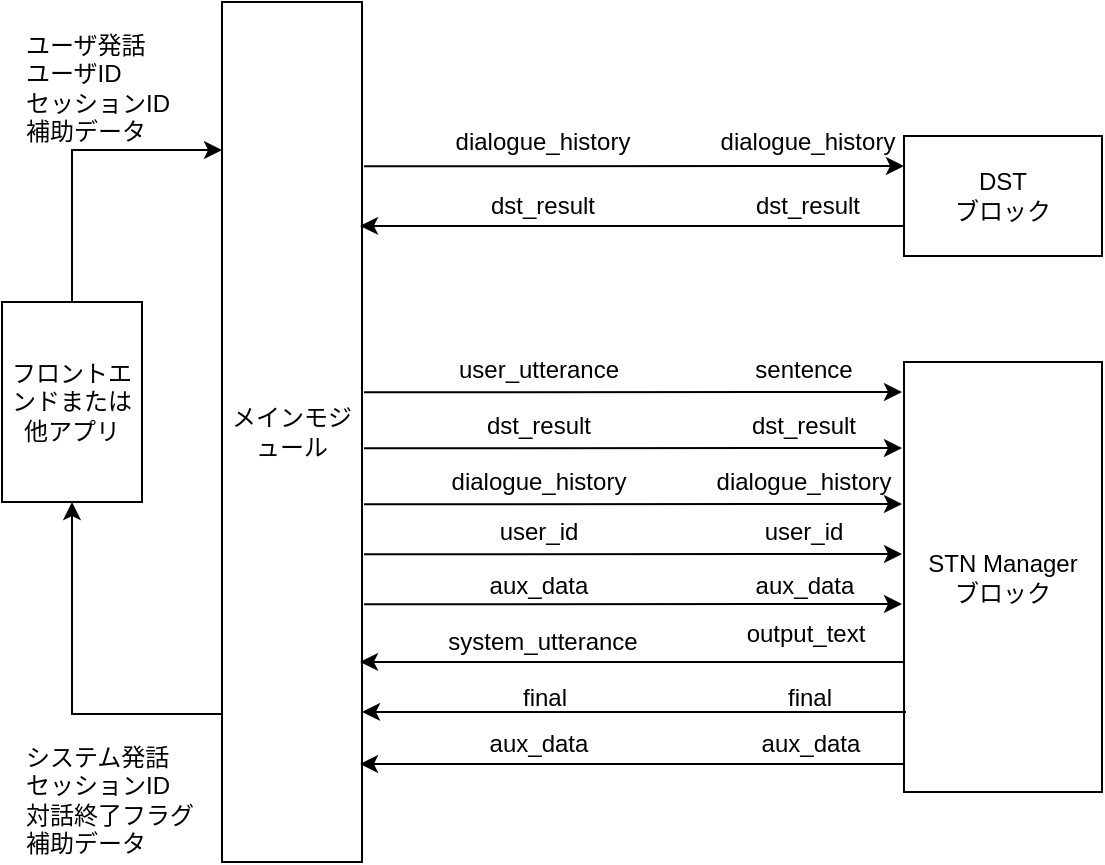
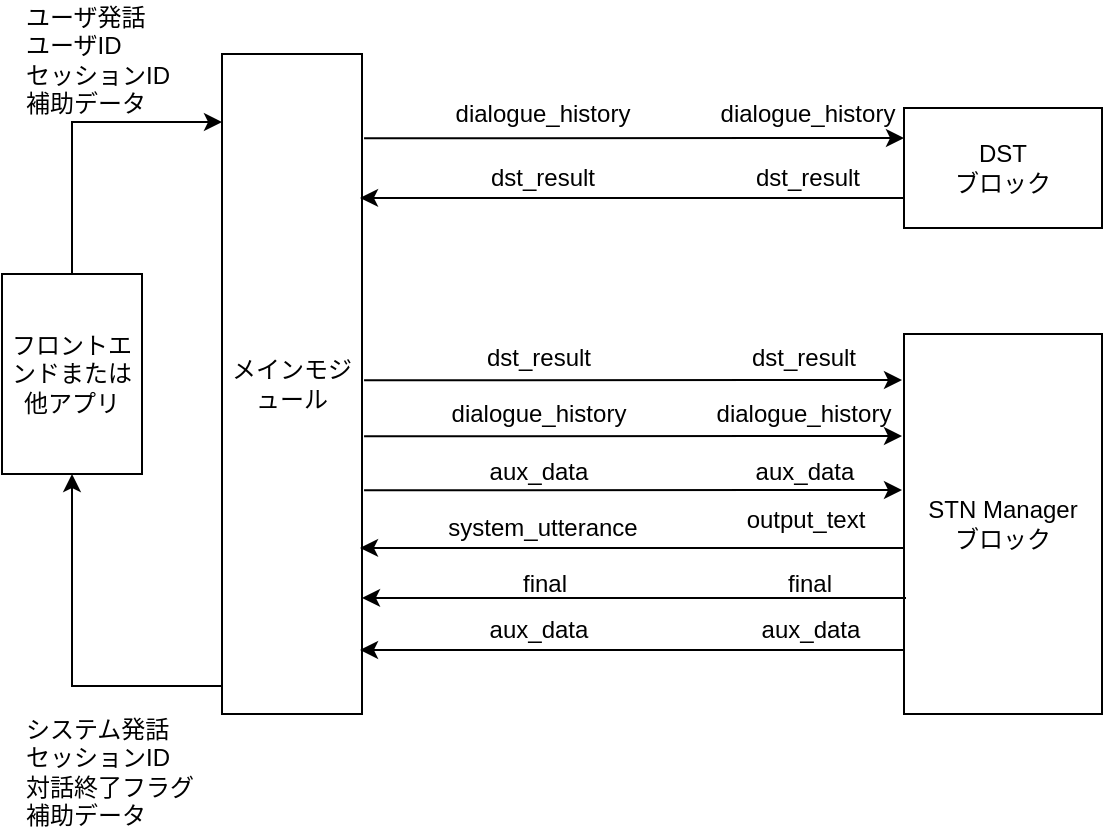
<mxfile host="Electron" agent="Mozilla/5.0 (Windows NT 10.0; Win64; x64) AppleWebKit/537.36 (KHTML, like Gecko) draw.io/26.1.1 Chrome/132.0.6834.210 Electron/34.3.3 Safari/537.36" version="26.1.1">
  <diagram id="0jzvoz7xoONC1ta8vLtH" name="ページ1">
    <mxGraphModel dx="1293" dy="762" grid="1" gridSize="10" guides="1" tooltips="1" connect="1" arrows="1" fold="1" page="1" pageScale="1" pageWidth="827" pageHeight="1169" math="0" shadow="0">
      <root>
        <mxCell id="0" />
        <mxCell id="1" parent="0" />
        <mxCell id="6nG_dfres4fqL1OyFaTb-1" value="メインモジュール" style="rounded=0;whiteSpace=wrap;html=1;" parent="1" vertex="1">
-           <mxGeometry x="250" y="190" width="70" height="430" as="geometry" />
+           <mxGeometry x="250" y="230" width="70" height="330" as="geometry" />
        </mxCell>
        <mxCell id="6nG_dfres4fqL1OyFaTb-3" value="&lt;div&gt;DST&lt;br&gt;ブロック&lt;/div&gt;" style="rounded=0;whiteSpace=wrap;html=1;" parent="1" vertex="1">
          <mxGeometry x="591" y="257" width="99" height="60" as="geometry" />
        </mxCell>
        <mxCell id="6nG_dfres4fqL1OyFaTb-4" value="STN Manager&lt;br&gt;ブロック" style="rounded=0;whiteSpace=wrap;html=1;" parent="1" vertex="1">
-           <mxGeometry x="591" y="370" width="99" height="215" as="geometry" />
+           <mxGeometry x="591" y="370" width="99" height="190" as="geometry" />
        </mxCell>
        <mxCell id="6nG_dfres4fqL1OyFaTb-7" value="" style="endArrow=classic;html=1;rounded=0;exitX=1.029;exitY=0.178;exitDx=0;exitDy=0;exitPerimeter=0;entryX=0;entryY=0.25;entryDx=0;entryDy=0;" parent="1" target="6nG_dfres4fqL1OyFaTb-3" edge="1">
          <mxGeometry width="50" height="50" relative="1" as="geometry">
            <mxPoint x="321.03" y="272.17999999999995" as="sourcePoint" />
            <mxPoint x="449" y="272" as="targetPoint" />
          </mxGeometry>
        </mxCell>
        <mxCell id="6nG_dfres4fqL1OyFaTb-8" value="" style="endArrow=classic;html=1;rounded=0;exitX=0;exitY=0.75;exitDx=0;exitDy=0;entryX=1;entryY=0.274;entryDx=0;entryDy=0;entryPerimeter=0;" parent="1" source="6nG_dfres4fqL1OyFaTb-3" edge="1">
          <mxGeometry width="50" height="50" relative="1" as="geometry">
            <mxPoint x="449" y="302" as="sourcePoint" />
            <mxPoint x="319" y="301.94000000000005" as="targetPoint" />
          </mxGeometry>
        </mxCell>
        <mxCell id="6nG_dfres4fqL1OyFaTb-9" value="" style="endArrow=classic;html=1;rounded=0;exitX=1.029;exitY=0.178;exitDx=0;exitDy=0;exitPerimeter=0;" parent="1" edge="1">
          <mxGeometry width="50" height="50" relative="1" as="geometry">
-             <mxPoint x="321.03" y="413.17999999999995" as="sourcePoint" />
-             <mxPoint x="590" y="413" as="targetPoint" />
+             <mxPoint x="321.03" y="393.17999999999995" as="sourcePoint" />
+             <mxPoint x="590" y="393" as="targetPoint" />
          </mxGeometry>
        </mxCell>
        <mxCell id="6nG_dfres4fqL1OyFaTb-11" value="" style="endArrow=classic;html=1;rounded=0;exitX=0.5;exitY=0;exitDx=0;exitDy=0;" parent="1" source="7yFsLuSHQwP80PSkCyWd-15" edge="1">
          <mxGeometry width="50" height="50" relative="1" as="geometry">
            <mxPoint x="170" y="207" as="sourcePoint" />
            <mxPoint x="250" y="264" as="targetPoint" />
            <Array as="points">
              <mxPoint x="175" y="264" />
            </Array>
          </mxGeometry>
        </mxCell>
        <mxCell id="6nG_dfres4fqL1OyFaTb-12" value="" style="endArrow=classic;html=1;rounded=0;exitX=0;exitY=0.75;exitDx=0;exitDy=0;entryX=0.5;entryY=1;entryDx=0;entryDy=0;" parent="1" target="7yFsLuSHQwP80PSkCyWd-15" edge="1">
          <mxGeometry width="50" height="50" relative="1" as="geometry">
            <mxPoint x="250" y="546" as="sourcePoint" />
            <mxPoint x="170" y="546" as="targetPoint" />
            <Array as="points">
              <mxPoint x="175" y="546" />
            </Array>
          </mxGeometry>
        </mxCell>
        <mxCell id="W3RRk2SyyBqXtN76rQBY-3" value="システム発話&lt;br&gt;セッションID&lt;br&gt;対話終了フラグ&lt;br&gt;補助データ" style="text;html=1;strokeColor=none;fillColor=none;align=left;verticalAlign=middle;whiteSpace=wrap;rounded=0;" parent="1" vertex="1">
          <mxGeometry x="150" y="576" width="100" height="25" as="geometry" />
        </mxCell>
        <mxCell id="iua9zefK4cCjFermVdLk-5" value="dialogue_history" style="text;html=1;strokeColor=none;fillColor=none;align=center;verticalAlign=middle;whiteSpace=wrap;rounded=0;" parent="1" vertex="1">
          <mxGeometry x="368" y="248" width="85" height="23" as="geometry" />
        </mxCell>
        <mxCell id="iua9zefK4cCjFermVdLk-6" value="dialogue_history" style="text;html=1;strokeColor=none;fillColor=none;align=center;verticalAlign=middle;whiteSpace=wrap;rounded=0;" parent="1" vertex="1">
          <mxGeometry x="513" y="244.5" width="60" height="30" as="geometry" />
        </mxCell>
        <mxCell id="iua9zefK4cCjFermVdLk-7" value="dst_result" style="text;html=1;strokeColor=none;fillColor=none;align=center;verticalAlign=middle;whiteSpace=wrap;rounded=0;" parent="1" vertex="1">
          <mxGeometry x="368" y="280" width="85" height="23" as="geometry" />
        </mxCell>
        <mxCell id="iua9zefK4cCjFermVdLk-8" value="dst_result" style="text;html=1;strokeColor=none;fillColor=none;align=center;verticalAlign=middle;whiteSpace=wrap;rounded=0;" parent="1" vertex="1">
          <mxGeometry x="513" y="276.5" width="60" height="30" as="geometry" />
        </mxCell>
        <mxCell id="iua9zefK4cCjFermVdLk-9" value="dst_result" style="text;html=1;strokeColor=none;fillColor=none;align=center;verticalAlign=middle;whiteSpace=wrap;rounded=0;" parent="1" vertex="1">
-           <mxGeometry x="366" y="390.5" width="85" height="23" as="geometry" />
+           <mxGeometry x="366" y="370.5" width="85" height="23" as="geometry" />
        </mxCell>
        <mxCell id="iua9zefK4cCjFermVdLk-10" value="dst_result" style="text;html=1;strokeColor=none;fillColor=none;align=center;verticalAlign=middle;whiteSpace=wrap;rounded=0;" parent="1" vertex="1">
-           <mxGeometry x="511" y="387" width="60" height="30" as="geometry" />
+           <mxGeometry x="511" y="367" width="60" height="30" as="geometry" />
        </mxCell>
        <mxCell id="iua9zefK4cCjFermVdLk-11" value="" style="endArrow=classic;html=1;rounded=0;exitX=1.029;exitY=0.178;exitDx=0;exitDy=0;exitPerimeter=0;" parent="1" edge="1">
          <mxGeometry width="50" height="50" relative="1" as="geometry">
-             <mxPoint x="321.03" y="441.17999999999984" as="sourcePoint" />
-             <mxPoint x="590" y="441.0000000000001" as="targetPoint" />
+             <mxPoint x="321.03" y="421.17999999999984" as="sourcePoint" />
+             <mxPoint x="590" y="421.0000000000001" as="targetPoint" />
          </mxGeometry>
        </mxCell>
        <mxCell id="iua9zefK4cCjFermVdLk-12" value="dialogue_history" style="text;html=1;strokeColor=none;fillColor=none;align=center;verticalAlign=middle;whiteSpace=wrap;rounded=0;" parent="1" vertex="1">
-           <mxGeometry x="366" y="418.5" width="85" height="23" as="geometry" />
+           <mxGeometry x="366" y="398.5" width="85" height="23" as="geometry" />
        </mxCell>
        <mxCell id="iua9zefK4cCjFermVdLk-13" value="dialogue_history" style="text;html=1;strokeColor=none;fillColor=none;align=center;verticalAlign=middle;whiteSpace=wrap;rounded=0;" parent="1" vertex="1">
-           <mxGeometry x="511" y="415" width="60" height="30" as="geometry" />
-         </mxCell>
-         <mxCell id="iua9zefK4cCjFermVdLk-14" value="user_id" style="text;html=1;strokeColor=none;fillColor=none;align=center;verticalAlign=middle;whiteSpace=wrap;rounded=0;" parent="1" vertex="1">
-           <mxGeometry x="366" y="443.5" width="85" height="23" as="geometry" />
-         </mxCell>
-         <mxCell id="iua9zefK4cCjFermVdLk-15" value="" style="endArrow=classic;html=1;rounded=0;exitX=1.029;exitY=0.178;exitDx=0;exitDy=0;exitPerimeter=0;" parent="1" edge="1">
-           <mxGeometry width="50" height="50" relative="1" as="geometry">
-             <mxPoint x="321.03" y="466.17999999999984" as="sourcePoint" />
-             <mxPoint x="590" y="466.0000000000001" as="targetPoint" />
-           </mxGeometry>
-         </mxCell>
-         <mxCell id="iua9zefK4cCjFermVdLk-16" value="user_id" style="text;html=1;strokeColor=none;fillColor=none;align=center;verticalAlign=middle;whiteSpace=wrap;rounded=0;" parent="1" vertex="1">
-           <mxGeometry x="511" y="440" width="60" height="30" as="geometry" />
+           <mxGeometry x="511" y="395" width="60" height="30" as="geometry" />
        </mxCell>
        <mxCell id="iua9zefK4cCjFermVdLk-17" value="system_utterance" style="text;html=1;strokeColor=none;fillColor=none;align=center;verticalAlign=middle;whiteSpace=wrap;rounded=0;" parent="1" vertex="1">
-           <mxGeometry x="368" y="498" width="85" height="23" as="geometry" />
+           <mxGeometry x="368" y="455" width="85" height="23" as="geometry" />
        </mxCell>
        <mxCell id="iua9zefK4cCjFermVdLk-18" value="output_text" style="text;html=1;strokeColor=none;fillColor=none;align=center;verticalAlign=middle;whiteSpace=wrap;rounded=0;" parent="1" vertex="1">
-           <mxGeometry x="512" y="491" width="60" height="30" as="geometry" />
+           <mxGeometry x="512" y="448" width="60" height="30" as="geometry" />
        </mxCell>
        <mxCell id="iua9zefK4cCjFermVdLk-19" value="" style="endArrow=classic;html=1;rounded=0;exitX=0;exitY=0.75;exitDx=0;exitDy=0;entryX=1;entryY=0.274;entryDx=0;entryDy=0;entryPerimeter=0;" parent="1" edge="1">
          <mxGeometry width="50" height="50" relative="1" as="geometry">
-             <mxPoint x="591" y="520" as="sourcePoint" />
-             <mxPoint x="319" y="519.9400000000002" as="targetPoint" />
+             <mxPoint x="591" y="477" as="sourcePoint" />
+             <mxPoint x="319" y="476.94000000000017" as="targetPoint" />
          </mxGeometry>
        </mxCell>
        <mxCell id="iua9zefK4cCjFermVdLk-20" value="final" style="text;html=1;strokeColor=none;fillColor=none;align=center;verticalAlign=middle;whiteSpace=wrap;rounded=0;" parent="1" vertex="1">
-           <mxGeometry x="369" y="526" width="85" height="23" as="geometry" />
+           <mxGeometry x="369" y="483" width="85" height="23" as="geometry" />
        </mxCell>
        <mxCell id="iua9zefK4cCjFermVdLk-21" value="final" style="text;html=1;strokeColor=none;fillColor=none;align=center;verticalAlign=middle;whiteSpace=wrap;rounded=0;" parent="1" vertex="1">
-           <mxGeometry x="514" y="522.5" width="60" height="30" as="geometry" />
+           <mxGeometry x="514" y="479.5" width="60" height="30" as="geometry" />
        </mxCell>
        <mxCell id="iua9zefK4cCjFermVdLk-22" value="" style="endArrow=classic;html=1;rounded=0;exitX=0;exitY=0.75;exitDx=0;exitDy=0;entryX=1;entryY=0.274;entryDx=0;entryDy=0;entryPerimeter=0;" parent="1" edge="1">
          <mxGeometry width="50" height="50" relative="1" as="geometry">
-             <mxPoint x="592" y="545" as="sourcePoint" />
-             <mxPoint x="320" y="544.94" as="targetPoint" />
+             <mxPoint x="592" y="502" as="sourcePoint" />
+             <mxPoint x="320" y="501.94000000000005" as="targetPoint" />
          </mxGeometry>
        </mxCell>
        <mxCell id="7yFsLuSHQwP80PSkCyWd-15" value="フロントエンドまたは他アプリ" style="rounded=0;whiteSpace=wrap;html=1;" parent="1" vertex="1">
          <mxGeometry x="140" y="340" width="70" height="100" as="geometry" />
        </mxCell>
        <mxCell id="7yFsLuSHQwP80PSkCyWd-17" value="ユーザ発話&lt;br&gt;ユーザID&lt;br&gt;セッションID&lt;br&gt;補助データ" style="text;html=1;strokeColor=none;fillColor=none;align=left;verticalAlign=middle;whiteSpace=wrap;rounded=0;" parent="1" vertex="1">
          <mxGeometry x="150" y="220" width="100" height="25" as="geometry" />
        </mxCell>
        <mxCell id="pVOCejccMrZnZ89GJfyK-1" value="" style="endArrow=classic;html=1;rounded=0;exitX=1.029;exitY=0.178;exitDx=0;exitDy=0;exitPerimeter=0;" parent="1" edge="1">
          <mxGeometry width="50" height="50" relative="1" as="geometry">
-             <mxPoint x="321.03" y="491.17999999999984" as="sourcePoint" />
-             <mxPoint x="590" y="491.0000000000001" as="targetPoint" />
+             <mxPoint x="321.03" y="448.17999999999984" as="sourcePoint" />
+             <mxPoint x="590" y="448.0000000000001" as="targetPoint" />
          </mxGeometry>
        </mxCell>
        <mxCell id="pVOCejccMrZnZ89GJfyK-2" value="aux_data" style="text;html=1;strokeColor=none;fillColor=none;align=center;verticalAlign=middle;whiteSpace=wrap;rounded=0;" parent="1" vertex="1">
-           <mxGeometry x="366" y="470" width="85" height="23" as="geometry" />
+           <mxGeometry x="366" y="427" width="85" height="23" as="geometry" />
        </mxCell>
        <mxCell id="pVOCejccMrZnZ89GJfyK-3" value="aux_data" style="text;html=1;strokeColor=none;fillColor=none;align=center;verticalAlign=middle;whiteSpace=wrap;rounded=0;" parent="1" vertex="1">
-           <mxGeometry x="498.5" y="470" width="85" height="23" as="geometry" />
+           <mxGeometry x="498.5" y="427" width="85" height="23" as="geometry" />
        </mxCell>
        <mxCell id="pVOCejccMrZnZ89GJfyK-4" value="" style="endArrow=classic;html=1;rounded=0;exitX=0;exitY=0.75;exitDx=0;exitDy=0;entryX=1;entryY=0.274;entryDx=0;entryDy=0;entryPerimeter=0;" parent="1" edge="1">
          <mxGeometry width="50" height="50" relative="1" as="geometry">
-             <mxPoint x="591" y="571.06" as="sourcePoint" />
-             <mxPoint x="319" y="571" as="targetPoint" />
+             <mxPoint x="591" y="528.06" as="sourcePoint" />
+             <mxPoint x="319" y="528" as="targetPoint" />
          </mxGeometry>
        </mxCell>
        <mxCell id="pVOCejccMrZnZ89GJfyK-5" value="aux_data" style="text;html=1;strokeColor=none;fillColor=none;align=center;verticalAlign=middle;whiteSpace=wrap;rounded=0;" parent="1" vertex="1">
-           <mxGeometry x="501.5" y="549" width="85" height="23" as="geometry" />
+           <mxGeometry x="501.5" y="506" width="85" height="23" as="geometry" />
        </mxCell>
        <mxCell id="pVOCejccMrZnZ89GJfyK-6" value="aux_data" style="text;html=1;strokeColor=none;fillColor=none;align=center;verticalAlign=middle;whiteSpace=wrap;rounded=0;" parent="1" vertex="1">
-           <mxGeometry x="366" y="549" width="85" height="23" as="geometry" />
-         </mxCell>
-         <mxCell id="UU3JJrFd2hrk7BXqzaqb-1" value="" style="endArrow=classic;html=1;rounded=0;exitX=1.029;exitY=0.178;exitDx=0;exitDy=0;exitPerimeter=0;" edge="1" parent="1">
-           <mxGeometry width="50" height="50" relative="1" as="geometry">
-             <mxPoint x="321.03" y="385.17999999999995" as="sourcePoint" />
-             <mxPoint x="590" y="385" as="targetPoint" />
-           </mxGeometry>
-         </mxCell>
-         <mxCell id="UU3JJrFd2hrk7BXqzaqb-2" value="user_utterance" style="text;html=1;strokeColor=none;fillColor=none;align=center;verticalAlign=middle;whiteSpace=wrap;rounded=0;" vertex="1" parent="1">
-           <mxGeometry x="366" y="362.5" width="85" height="23" as="geometry" />
-         </mxCell>
-         <mxCell id="UU3JJrFd2hrk7BXqzaqb-3" value="sentence" style="text;html=1;strokeColor=none;fillColor=none;align=center;verticalAlign=middle;whiteSpace=wrap;rounded=0;" vertex="1" parent="1">
-           <mxGeometry x="511" y="359" width="60" height="30" as="geometry" />
+           <mxGeometry x="366" y="506" width="85" height="23" as="geometry" />
        </mxCell>
      </root>
    </mxGraphModel>
  </diagram>
</mxfile>
